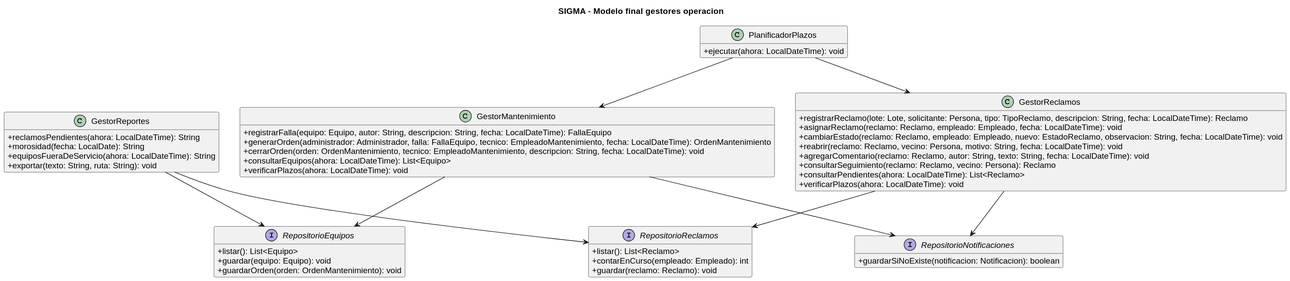
fedemarr/TP-POO-SIGMA keeps this PlantUML diagram as docs/uml/09-gestores-operacion.svg. Above is the earlier version.
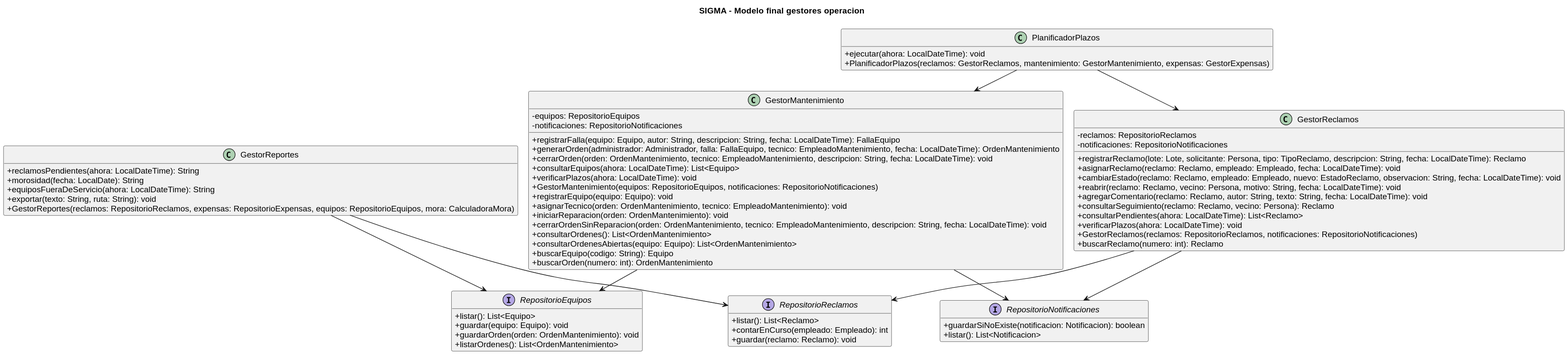
After the change.

What changed in the source:
```diff
@@ -1,4 +1,5 @@
 @startuml
+!pragma layout smetana
 title SIGMA - Modelo final   gestores operacion
 scale max 3800*3800
 skinparam defaultFontName Arial
@@ -8,6 +9,8 @@
 hide empty members
 
 class GestorReclamos {
+    - reclamos: RepositorioReclamos
+    - notificaciones: RepositorioNotificaciones
     + registrarReclamo(lote: Lote, solicitante: Persona, tipo: TipoReclamo, descripcion: String, fecha: LocalDateTime): Reclamo
     + asignarReclamo(reclamo: Reclamo, empleado: Empleado, fecha: LocalDateTime): void
     + cambiarEstado(reclamo: Reclamo, empleado: Empleado, nuevo: EstadoReclamo, observacion: String, fecha: LocalDateTime): void
@@ -16,14 +19,27 @@
     + consultarSeguimiento(reclamo: Reclamo, vecino: Persona): Reclamo
     + consultarPendientes(ahora: LocalDateTime): List<Reclamo>
     + verificarPlazos(ahora: LocalDateTime): void
+    + GestorReclamos(reclamos: RepositorioReclamos, notificaciones: RepositorioNotificaciones)
+    + buscarReclamo(numero: int): Reclamo
   }
 
 class GestorMantenimiento {
+    - equipos: RepositorioEquipos
+    - notificaciones: RepositorioNotificaciones
     + registrarFalla(equipo: Equipo, autor: String, descripcion: String, fecha: LocalDateTime): FallaEquipo
     + generarOrden(administrador: Administrador, falla: FallaEquipo, tecnico: EmpleadoMantenimiento, fecha: LocalDateTime): OrdenMantenimiento
     + cerrarOrden(orden: OrdenMantenimiento, tecnico: EmpleadoMantenimiento, descripcion: String, fecha: LocalDateTime): void
     + consultarEquipos(ahora: LocalDateTime): List<Equipo>
     + verificarPlazos(ahora: LocalDateTime): void
+    + GestorMantenimiento(equipos: RepositorioEquipos, notificaciones: RepositorioNotificaciones)
+    + registrarEquipo(equipo: Equipo): void
+    + asignarTecnico(orden: OrdenMantenimiento, tecnico: EmpleadoMantenimiento): void
+    + iniciarReparacion(orden: OrdenMantenimiento): void
+    + cerrarOrdenSinReparacion(orden: OrdenMantenimiento, tecnico: EmpleadoMantenimiento, descripcion: String, fecha: LocalDateTime): void
+    + consultarOrdenes(): List<OrdenMantenimiento>
+    + consultarOrdenesAbiertas(equipo: Equipo): List<OrdenMantenimiento>
+    + buscarEquipo(codigo: String): Equipo
+    + buscarOrden(numero: int): OrdenMantenimiento
   }
 
 class GestorReportes {
@@ -31,10 +47,12 @@
     + morosidad(fecha: LocalDate): String
     + equiposFueraDeServicio(ahora: LocalDateTime): String
     + exportar(texto: String, ruta: String): void
+    + GestorReportes(reclamos: RepositorioReclamos, expensas: RepositorioExpensas, equipos: RepositorioEquipos, mora: CalculadoraMora)
   }
 
 class PlanificadorPlazos {
     + ejecutar(ahora: LocalDateTime): void
+    + PlanificadorPlazos(reclamos: GestorReclamos, mantenimiento: GestorMantenimiento, expensas: GestorExpensas)
   }
 
 interface RepositorioReclamos {
@@ -47,10 +65,12 @@
     + listar(): List<Equipo>
     + guardar(equipo: Equipo): void
     + guardarOrden(orden: OrdenMantenimiento): void
+    + listarOrdenes(): List<OrdenMantenimiento>
   }
 
 interface RepositorioNotificaciones {
     + guardarSiNoExiste(notificacion: Notificacion): boolean
+    + listar(): List<Notificacion>
   }
 GestorReclamos --> RepositorioReclamos
 GestorMantenimiento --> RepositorioEquipos
```
